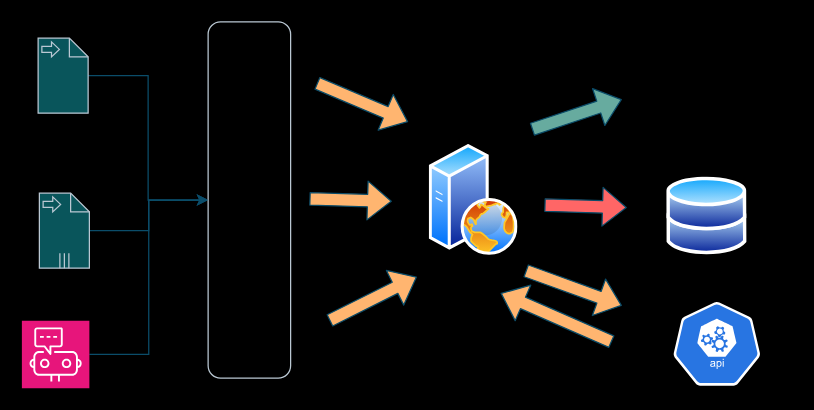
anurag629/draw.io keeps this draw.io diagram as dataflow.drawio. Above is the earlier version. Source tidied: cells renumbered, new cells numbered last; positions are measured from the earlier drawing's top-left corner, leaving out a move shared by most shapes. Both pictures are drawn from the tidied source at 125%, with x=0, y=0 at pixel (21, 21).
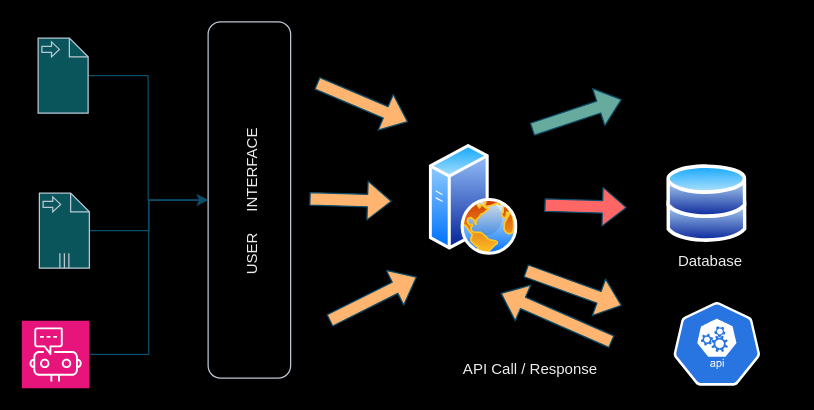
Above is the later version.

Change to the diagram source:
```diff
@@
     <mxCell id="2" style="image;perimeter=ellipsePerimeter;html=1;align=center;shadow=0;dashed=0;spacingTop=3;image=img/lib/active_directory/databases.svg;rounded=1;labelBackgroundColor=none;fillColor=#09555B;strokeColor=#BAC8D3;fontColor=#EEEEEE;" parent="1" vertex="1">
-      <mxGeometry x="516" y="123.9" width="64.3" height="63" as="geometry" />
+      <mxGeometry x="516" y="114" width="64.3" height="63" as="geometry" />
     </mxCell>
@@
+    <mxCell id="19" value="API Call / Response" style="text;strokeColor=none;align=center;fillColor=none;html=1;verticalAlign=middle;whiteSpace=wrap;rounded=0;fontColor=#EEEEEE;" parent="1" vertex="1">
+      <mxGeometry x="342" y="263" width="130" height="30" as="geometry" />
+    </mxCell>
+    <mxCell id="20" value="Database" style="text;strokeColor=none;align=center;fillColor=none;html=1;verticalAlign=middle;whiteSpace=wrap;rounded=0;fontColor=#EEEEEE;" parent="1" vertex="1">
+      <mxGeometry x="486" y="177" width="130" height="30" as="geometry" />
+    </mxCell>
+    <mxCell id="21" value="USER&amp;nbsp; &amp;nbsp; &amp;nbsp;INTERFACE" style="text;strokeColor=none;align=center;fillColor=none;html=1;verticalAlign=middle;whiteSpace=wrap;rounded=0;fontColor=#EEEEEE;rotation=-90;" parent="1" vertex="1">
+      <mxGeometry x="74.8" y="129.2" width="220.5" height="30" as="geometry" />
+    </mxCell>
```
